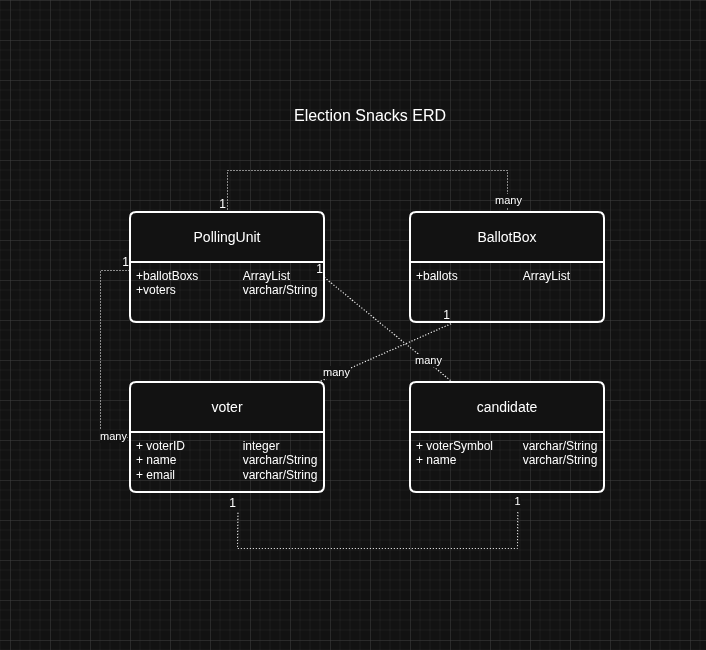
The draw.io diagram diagrams/Election snacks ERD.drawio.png in Adamsonoladipupo/Election-Snack, before a commit. Source tidied: cells renumbered, new cells last; positions are measured from the earlier drawing's top-left corner, leaving out a move shared by most shapes. The source it was exported from:
```xml
<mxGraphModel>
  <root>
    <mxCell id="0" />
    <mxCell id="1" parent="0" />
    <mxCell id="2" value="PollingUnit" style="swimlane;horizontal=1;startSize=50;rounded=1;fontSize=14;fontStyle=0;strokeWidth=2;shadow=0;dashed=0;align=center;arcSize=4;whiteSpace=wrap;html=1;" parent="1" vertex="1">
      <mxGeometry x="30" y="112" width="194" height="110" as="geometry" />
    </mxCell>
    <mxCell id="3" value="+ballotBoxs&lt;span style=&quot;white-space: pre;&quot;&gt;&#9;&lt;/span&gt;&lt;span style=&quot;white-space: pre;&quot;&gt;&#9;&lt;/span&gt;ArrayList&lt;br&gt;+voters&lt;span style=&quot;white-space: pre;&quot;&gt;&#9;&lt;/span&gt;&lt;span style=&quot;white-space: pre;&quot;&gt;&#9;&lt;/span&gt;&lt;span style=&quot;white-space: pre;&quot;&gt;&#9;&lt;/span&gt;varchar/String" style="align=left;strokeColor=none;fillColor=none;spacingLeft=4;spacingRight=4;fontSize=12;verticalAlign=top;html=1;whiteSpace=wrap;" parent="2" vertex="1">
      <mxGeometry y="50" width="194" height="60" as="geometry" />
    </mxCell>
    <mxCell id="4" value="BallotBox" style="swimlane;horizontal=1;startSize=50;rounded=1;fontSize=14;fontStyle=0;strokeWidth=2;shadow=0;dashed=0;align=center;arcSize=4;whiteSpace=wrap;html=1;" parent="1" vertex="1">
      <mxGeometry x="310" y="112" width="194" height="110" as="geometry" />
    </mxCell>
    <mxCell id="5" value="+ballots&lt;span style=&quot;white-space: pre;&quot;&gt;&#9;&lt;/span&gt;&lt;span style=&quot;white-space: pre;&quot;&gt;&#9;&lt;/span&gt;&lt;span style=&quot;white-space: pre;&quot;&gt;&#9;&lt;/span&gt;ArrayList" style="align=left;strokeColor=none;fillColor=none;spacingLeft=4;spacingRight=4;fontSize=12;verticalAlign=top;html=1;whiteSpace=wrap;" parent="4" vertex="1">
      <mxGeometry y="50" width="194" height="60" as="geometry" />
    </mxCell>
    <mxCell id="6" value="voter" style="swimlane;horizontal=1;startSize=50;rounded=1;fontSize=14;fontStyle=0;strokeWidth=2;shadow=0;dashed=0;align=center;arcSize=4;whiteSpace=wrap;html=1;" parent="1" vertex="1">
      <mxGeometry x="30" y="282" width="194" height="110" as="geometry" />
    </mxCell>
    <mxCell id="7" value="+ voterID&lt;span style=&quot;white-space: pre;&quot;&gt;&#9;&lt;/span&gt;&lt;span style=&quot;white-space: pre;&quot;&gt;&#9;&lt;/span&gt;&lt;span style=&quot;white-space: pre;&quot;&gt;&#9;&lt;/span&gt;integer&lt;div&gt;+ name&lt;span style=&quot;white-space: pre;&quot;&gt;&#9;&lt;/span&gt;&lt;span style=&quot;white-space: pre;&quot;&gt;&#9;&lt;/span&gt;&lt;span style=&quot;white-space: pre;&quot;&gt;&#9;&lt;/span&gt;varchar/String&lt;/div&gt;&lt;div&gt;+ email&lt;span style=&quot;white-space: pre;&quot;&gt;&#9;&lt;/span&gt;&lt;span style=&quot;white-space: pre;&quot;&gt;&#9;&lt;/span&gt;&lt;span style=&quot;white-space: pre;&quot;&gt;&#9;&lt;/span&gt;varchar/String&lt;/div&gt;" style="align=left;strokeColor=none;fillColor=none;spacingLeft=4;spacingRight=4;fontSize=12;verticalAlign=top;html=1;whiteSpace=wrap;" parent="6" vertex="1">
      <mxGeometry y="50" width="194" height="60" as="geometry" />
    </mxCell>
    <mxCell id="8" value="candidate" style="swimlane;horizontal=1;startSize=50;rounded=1;fontSize=14;fontStyle=0;strokeWidth=2;shadow=0;dashed=0;align=center;arcSize=4;whiteSpace=wrap;html=1;" parent="1" vertex="1">
      <mxGeometry x="310" y="282" width="194" height="110" as="geometry" />
    </mxCell>
    <mxCell id="9" value="+ voterSymbol&lt;span style=&quot;white-space: pre;&quot;&gt;&#9;&lt;/span&gt;&lt;span style=&quot;white-space: pre;&quot;&gt;&#9;&lt;/span&gt;varchar/String&lt;div&gt;+ name&amp;nbsp;&lt;span style=&quot;white-space: pre;&quot;&gt;&#9;&lt;/span&gt;&lt;span style=&quot;white-space: pre;&quot;&gt;&#9;&lt;/span&gt;&lt;span style=&quot;white-space: pre;&quot;&gt;&#9;&lt;/span&gt;varchar/String&lt;/div&gt;" style="align=left;strokeColor=none;fillColor=none;spacingLeft=4;spacingRight=4;fontSize=12;verticalAlign=top;html=1;whiteSpace=wrap;" parent="8" vertex="1">
      <mxGeometry y="50" width="194" height="60" as="geometry" />
    </mxCell>
    <mxCell id="10" style="endArrow=none;html=1;rounded=0;dashed=1;dashPattern=1 2;entryX=0.5;entryY=0;entryDx=0;entryDy=0;exitX=0.5;exitY=0;exitDx=0;exitDy=0;" parent="1" edge="1" source="4" target="2">
      <mxGeometry relative="1" as="geometry">
        <Array as="points">
          <mxPoint x="407" y="70" />
          <mxPoint x="127" y="70" />
        </Array>
      </mxGeometry>
    </mxCell>
    <mxCell id="11" value="1" style="html=1;whiteSpace=wrap;align=right;verticalAlign=bottom;" parent="10" vertex="1">
      <mxGeometry x="1" relative="1" as="geometry" />
    </mxCell>
    <mxCell id="12" value="many" style="edgeLabel;html=1;align=center;verticalAlign=middle;" parent="10" vertex="1">
      <mxGeometry x="-0.93" y="-1" relative="1" as="geometry" />
    </mxCell>
    <mxCell id="13" style="endArrow=none;html=1;rounded=0;dashed=1;dashPattern=1 2;entryX=0.554;entryY=1.019;entryDx=0;entryDy=0;exitX=0.553;exitY=1.028;exitDx=0;exitDy=0;exitPerimeter=0;entryPerimeter=0;" parent="1" edge="1">
      <mxGeometry relative="1" as="geometry">
        <mxPoint x="417.3" y="411.7" as="sourcePoint" />
        <mxPoint x="137.5" y="411.1" as="targetPoint" />
        <Array as="points">
          <mxPoint x="417" y="448" />
          <mxPoint x="137" y="448" />
        </Array>
      </mxGeometry>
    </mxCell>
    <mxCell id="14" value="1" style="html=1;whiteSpace=wrap;align=right;verticalAlign=bottom;" parent="13" vertex="1">
      <mxGeometry x="1" relative="1" as="geometry" />
    </mxCell>
    <mxCell id="15" value="1" style="edgeLabel;html=1;align=center;verticalAlign=middle;" parent="13" vertex="1">
      <mxGeometry x="-0.93" y="-1" relative="1" as="geometry">
        <mxPoint y="-24" as="offset" />
      </mxGeometry>
    </mxCell>
    <mxCell id="16" value="&lt;font style=&quot;font-size: 16px;&quot;&gt;Election Snacks ERD&lt;/font&gt;" style="text;html=1;whiteSpace=wrap;strokeColor=none;fillColor=none;align=center;verticalAlign=middle;rounded=0;" parent="1" vertex="1">
      <mxGeometry x="170" width="200" height="30" as="geometry" />
    </mxCell>
    <mxCell id="17" style="endArrow=none;html=1;rounded=0;dashed=1;dashPattern=1 2;exitX=0;exitY=0.5;exitDx=0;exitDy=0;" parent="1" edge="1" source="6">
      <mxGeometry relative="1" as="geometry">
        <mxPoint x="30" y="170" as="targetPoint" />
        <Array as="points">
          <mxPoint y="337" />
          <mxPoint y="170" />
        </Array>
      </mxGeometry>
    </mxCell>
    <mxCell id="18" value="1" style="html=1;whiteSpace=wrap;align=right;verticalAlign=bottom;" parent="17" vertex="1">
      <mxGeometry x="1" relative="1" as="geometry" />
    </mxCell>
    <mxCell id="19" value="many" style="edgeLabel;html=1;align=center;verticalAlign=middle;" parent="17" vertex="1">
      <mxGeometry x="-0.85" y="1" relative="1" as="geometry">
        <mxPoint x="-1" y="-2" as="offset" />
      </mxGeometry>
    </mxCell>
    <mxCell id="20" style="endArrow=none;html=1;rounded=0;dashed=1;dashPattern=1 2;exitX=0.968;exitY=-0.002;exitDx=0;exitDy=0;exitPerimeter=0;entryX=0.21;entryY=1.019;entryDx=0;entryDy=0;entryPerimeter=0;" parent="1" edge="1" source="6" target="5">
      <mxGeometry relative="1" as="geometry" />
    </mxCell>
    <mxCell id="21" value="1" style="html=1;whiteSpace=wrap;align=right;verticalAlign=bottom;" parent="20" vertex="1">
      <mxGeometry x="1" relative="1" as="geometry" />
    </mxCell>
    <mxCell id="22" value="many" style="edgeLabel;html=1;align=center;verticalAlign=middle;" parent="20" vertex="1">
      <mxGeometry x="-0.73" y="2" relative="1" as="geometry" />
    </mxCell>
    <mxCell id="23" style="endArrow=none;html=1;rounded=0;dashed=1;dashPattern=1 2;entryX=1;entryY=0.25;entryDx=0;entryDy=0;" parent="1" edge="1" target="3">
      <mxGeometry relative="1" as="geometry">
        <mxPoint x="350" y="280" as="sourcePoint" />
      </mxGeometry>
    </mxCell>
    <mxCell id="24" value="1" style="html=1;whiteSpace=wrap;align=right;verticalAlign=bottom;" parent="23" vertex="1">
      <mxGeometry x="1" relative="1" as="geometry" />
    </mxCell>
    <mxCell id="25" value="many" style="edgeLabel;html=1;align=center;verticalAlign=middle;" parent="23" vertex="1">
      <mxGeometry x="-0.62" y="-2" relative="1" as="geometry" />
    </mxCell>
  </root>
</mxGraphModel>
```
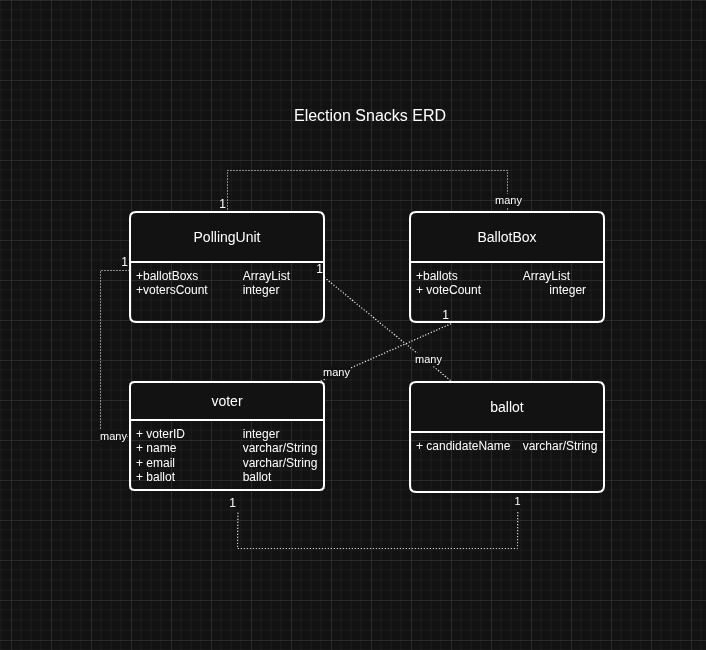
Later version of the same file.

The edit, as a diff of the source:
```diff
@@ -5,25 +5,25 @@
     <mxCell id="2" value="PollingUnit" style="swimlane;horizontal=1;startSize=50;rounded=1;fontSize=14;fontStyle=0;strokeWidth=2;shadow=0;dashed=0;align=center;arcSize=4;whiteSpace=wrap;html=1;" parent="1" vertex="1">
       <mxGeometry x="30" y="112" width="194" height="110" as="geometry" />
     </mxCell>
-    <mxCell id="3" value="+ballotBoxs&lt;span style=&quot;white-space: pre;&quot;&gt;&#9;&lt;/span&gt;&lt;span style=&quot;white-space: pre;&quot;&gt;&#9;&lt;/span&gt;ArrayList&lt;br&gt;+voters&lt;span style=&quot;white-space: pre;&quot;&gt;&#9;&lt;/span&gt;&lt;span style=&quot;white-space: pre;&quot;&gt;&#9;&lt;/span&gt;&lt;span style=&quot;white-space: pre;&quot;&gt;&#9;&lt;/span&gt;varchar/String" style="align=left;strokeColor=none;fillColor=none;spacingLeft=4;spacingRight=4;fontSize=12;verticalAlign=top;html=1;whiteSpace=wrap;" parent="2" vertex="1">
+    <mxCell id="3" value="+ballotBoxs&lt;span style=&quot;white-space: pre;&quot;&gt;&#9;&lt;/span&gt;&lt;span style=&quot;white-space: pre;&quot;&gt;&#9;&lt;/span&gt;ArrayList&lt;br&gt;+votersCount&lt;span style=&quot;white-space: pre;&quot;&gt;&#9;&lt;/span&gt;&lt;span style=&quot;white-space: pre;&quot;&gt;&#9;&lt;/span&gt;integer" style="align=left;strokeColor=none;fillColor=none;spacingLeft=4;spacingRight=4;fontSize=12;verticalAlign=top;html=1;whiteSpace=wrap;" parent="2" vertex="1">
       <mxGeometry y="50" width="194" height="60" as="geometry" />
     </mxCell>
     <mxCell id="4" value="BallotBox" style="swimlane;horizontal=1;startSize=50;rounded=1;fontSize=14;fontStyle=0;strokeWidth=2;shadow=0;dashed=0;align=center;arcSize=4;whiteSpace=wrap;html=1;" parent="1" vertex="1">
       <mxGeometry x="310" y="112" width="194" height="110" as="geometry" />
     </mxCell>
-    <mxCell id="5" value="+ballots&lt;span style=&quot;white-space: pre;&quot;&gt;&#9;&lt;/span&gt;&lt;span style=&quot;white-space: pre;&quot;&gt;&#9;&lt;/span&gt;&lt;span style=&quot;white-space: pre;&quot;&gt;&#9;&lt;/span&gt;ArrayList" style="align=left;strokeColor=none;fillColor=none;spacingLeft=4;spacingRight=4;fontSize=12;verticalAlign=top;html=1;whiteSpace=wrap;" parent="4" vertex="1">
+    <mxCell id="5" value="+ballots&lt;span style=&quot;white-space: pre;&quot;&gt;&#9;&lt;/span&gt;&lt;span style=&quot;white-space: pre;&quot;&gt;&#9;&lt;/span&gt;&lt;span style=&quot;white-space: pre;&quot;&gt;&#9;&lt;/span&gt;ArrayList&lt;div&gt;+ voteCount&lt;span style=&quot;white-space: pre;&quot;&gt;&#9;&lt;/span&gt;&lt;span style=&quot;white-space: pre;&quot;&gt;&#9;&lt;/span&gt;&lt;span style=&quot;white-space: pre;&quot;&gt;&#9;&lt;/span&gt;integer&lt;/div&gt;" style="align=left;strokeColor=none;fillColor=none;spacingLeft=4;spacingRight=4;fontSize=12;verticalAlign=top;html=1;whiteSpace=wrap;" parent="4" vertex="1">
       <mxGeometry y="50" width="194" height="60" as="geometry" />
     </mxCell>
-    <mxCell id="6" value="voter" style="swimlane;horizontal=1;startSize=50;rounded=1;fontSize=14;fontStyle=0;strokeWidth=2;shadow=0;dashed=0;align=center;arcSize=4;whiteSpace=wrap;html=1;" parent="1" vertex="1">
-      <mxGeometry x="30" y="282" width="194" height="110" as="geometry" />
+    <mxCell id="6" value="voter" style="swimlane;horizontal=1;startSize=38;rounded=1;fontSize=14;fontStyle=0;strokeWidth=2;shadow=0;dashed=0;align=center;arcSize=4;whiteSpace=wrap;html=1;" parent="1" vertex="1">
+      <mxGeometry x="30" y="282" width="194" height="108" as="geometry" />
     </mxCell>
-    <mxCell id="7" value="+ voterID&lt;span style=&quot;white-space: pre;&quot;&gt;&#9;&lt;/span&gt;&lt;span style=&quot;white-space: pre;&quot;&gt;&#9;&lt;/span&gt;&lt;span style=&quot;white-space: pre;&quot;&gt;&#9;&lt;/span&gt;integer&lt;div&gt;+ name&lt;span style=&quot;white-space: pre;&quot;&gt;&#9;&lt;/span&gt;&lt;span style=&quot;white-space: pre;&quot;&gt;&#9;&lt;/span&gt;&lt;span style=&quot;white-space: pre;&quot;&gt;&#9;&lt;/span&gt;varchar/String&lt;/div&gt;&lt;div&gt;+ email&lt;span style=&quot;white-space: pre;&quot;&gt;&#9;&lt;/span&gt;&lt;span style=&quot;white-space: pre;&quot;&gt;&#9;&lt;/span&gt;&lt;span style=&quot;white-space: pre;&quot;&gt;&#9;&lt;/span&gt;varchar/String&lt;/div&gt;" style="align=left;strokeColor=none;fillColor=none;spacingLeft=4;spacingRight=4;fontSize=12;verticalAlign=top;html=1;whiteSpace=wrap;" parent="6" vertex="1">
-      <mxGeometry y="50" width="194" height="60" as="geometry" />
+    <mxCell id="7" value="+ voterID&lt;span style=&quot;white-space: pre;&quot;&gt;&#9;&lt;/span&gt;&lt;span style=&quot;white-space: pre;&quot;&gt;&#9;&lt;/span&gt;&lt;span style=&quot;white-space: pre;&quot;&gt;&#9;&lt;/span&gt;integer&lt;div&gt;+ name&lt;span style=&quot;white-space: pre;&quot;&gt;&#9;&lt;/span&gt;&lt;span style=&quot;white-space: pre;&quot;&gt;&#9;&lt;/span&gt;&lt;span style=&quot;white-space: pre;&quot;&gt;&#9;&lt;/span&gt;varchar/String&lt;/div&gt;&lt;div&gt;+ email&lt;span style=&quot;white-space: pre;&quot;&gt;&#9;&lt;/span&gt;&lt;span style=&quot;white-space: pre;&quot;&gt;&#9;&lt;/span&gt;&lt;span style=&quot;white-space: pre;&quot;&gt;&#9;&lt;/span&gt;varchar/String&lt;/div&gt;&lt;div&gt;+ ballot&lt;span style=&quot;white-space: pre;&quot;&gt;&#9;&lt;/span&gt;&lt;span style=&quot;white-space: pre;&quot;&gt;&#9;&lt;/span&gt;&lt;span style=&quot;white-space: pre;&quot;&gt;&#9;&lt;/span&gt;ballot&lt;/div&gt;" style="align=left;strokeColor=none;fillColor=none;spacingLeft=4;spacingRight=4;fontSize=12;verticalAlign=top;html=1;whiteSpace=wrap;" parent="6" vertex="1">
+      <mxGeometry y="38" width="194" height="70" as="geometry" />
     </mxCell>
-    <mxCell id="8" value="candidate" style="swimlane;horizontal=1;startSize=50;rounded=1;fontSize=14;fontStyle=0;strokeWidth=2;shadow=0;dashed=0;align=center;arcSize=4;whiteSpace=wrap;html=1;" parent="1" vertex="1">
+    <mxCell id="8" value="ballot" style="swimlane;horizontal=1;startSize=50;rounded=1;fontSize=14;fontStyle=0;strokeWidth=2;shadow=0;dashed=0;align=center;arcSize=4;whiteSpace=wrap;html=1;" parent="1" vertex="1">
       <mxGeometry x="310" y="282" width="194" height="110" as="geometry" />
     </mxCell>
-    <mxCell id="9" value="+ voterSymbol&lt;span style=&quot;white-space: pre;&quot;&gt;&#9;&lt;/span&gt;&lt;span style=&quot;white-space: pre;&quot;&gt;&#9;&lt;/span&gt;varchar/String&lt;div&gt;+ name&amp;nbsp;&lt;span style=&quot;white-space: pre;&quot;&gt;&#9;&lt;/span&gt;&lt;span style=&quot;white-space: pre;&quot;&gt;&#9;&lt;/span&gt;&lt;span style=&quot;white-space: pre;&quot;&gt;&#9;&lt;/span&gt;varchar/String&lt;/div&gt;" style="align=left;strokeColor=none;fillColor=none;spacingLeft=4;spacingRight=4;fontSize=12;verticalAlign=top;html=1;whiteSpace=wrap;" parent="8" vertex="1">
+    <mxCell id="9" value="&lt;div&gt;+ candidateName&amp;nbsp;&lt;span style=&quot;white-space: pre;&quot;&gt;&#9;&lt;/span&gt;varchar/String&lt;/div&gt;" style="align=left;strokeColor=none;fillColor=none;spacingLeft=4;spacingRight=4;fontSize=12;verticalAlign=top;html=1;whiteSpace=wrap;" parent="8" vertex="1">
       <mxGeometry y="50" width="194" height="60" as="geometry" />
     </mxCell>
     <mxCell id="10" style="endArrow=none;html=1;rounded=0;dashed=1;dashPattern=1 2;entryX=0.5;entryY=0;entryDx=0;entryDy=0;exitX=0.5;exitY=0;exitDx=0;exitDy=0;" parent="1" edge="1" source="4" target="2">
```
